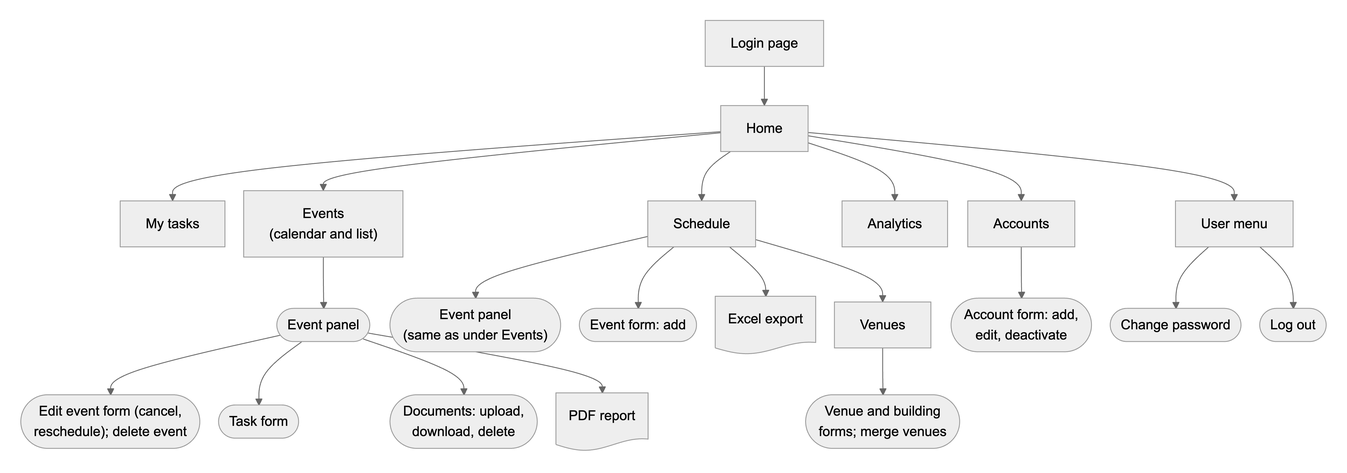
Earlier version of the Mermaid export docs/paper/site-maps/admin.png (XyroneKyleYlanan/EMO-Tracker). Its source is kept beside it as docs/paper/site-maps/src/admin.mmd.
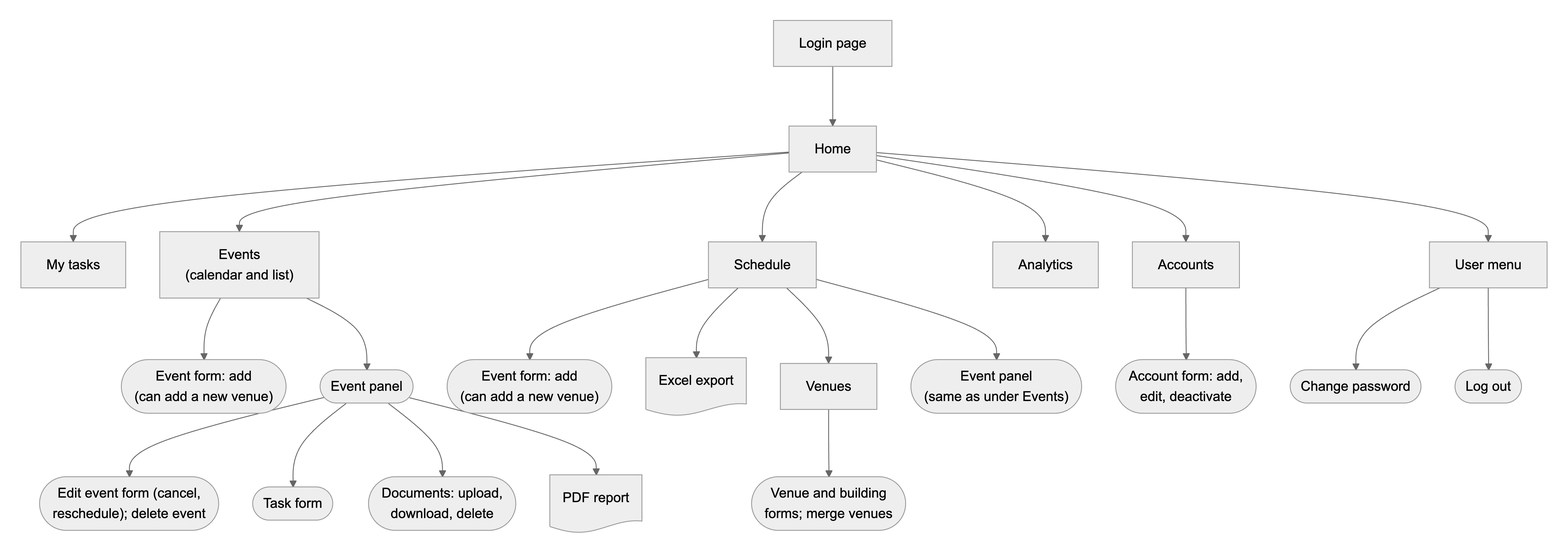
After the change.

Change to the diagram source:
```diff
@@ -2,8 +2,8 @@
 config:
   flowchart:
     wrappingWidth: 200
-    nodeSpacing: 22
-    rankSpacing: 46
+    nodeSpacing: 40
+    rankSpacing: 70
 ---
 flowchart TD
     L["Login page"] --> H["Home"]
@@ -13,15 +13,16 @@
     H --> A["Analytics"]
     H --> C["Accounts"]
     H --> U["User menu"]
+    E --> EA(["Event form: add<br/>(can add a new venue)"])
     E --> P(["Event panel"])
     P --> EF(["Edit event form (cancel,<br/>reschedule); delete event"])
     P --> TF(["Task form"])
     P --> D(["Documents: upload,<br/>download, delete"])
     P --> R@{ shape: doc, label: "PDF report" }
-    S --> SP(["Event panel<br/>(same as under Events)"])
-    S --> SF(["Event form: add"])
+    S --> SF(["Event form: add<br/>(can add a new venue)"])
     S --> X@{ shape: doc, label: "Excel export" }
     S --> V["Venues"]
+    S --> SP(["Event panel<br/>(same as under Events)"])
     V --> VF(["Venue and building<br/>forms; merge venues"])
     C --> CF(["Account form: add,<br/>edit, deactivate"])
     U --> PW(["Change password"])
```
